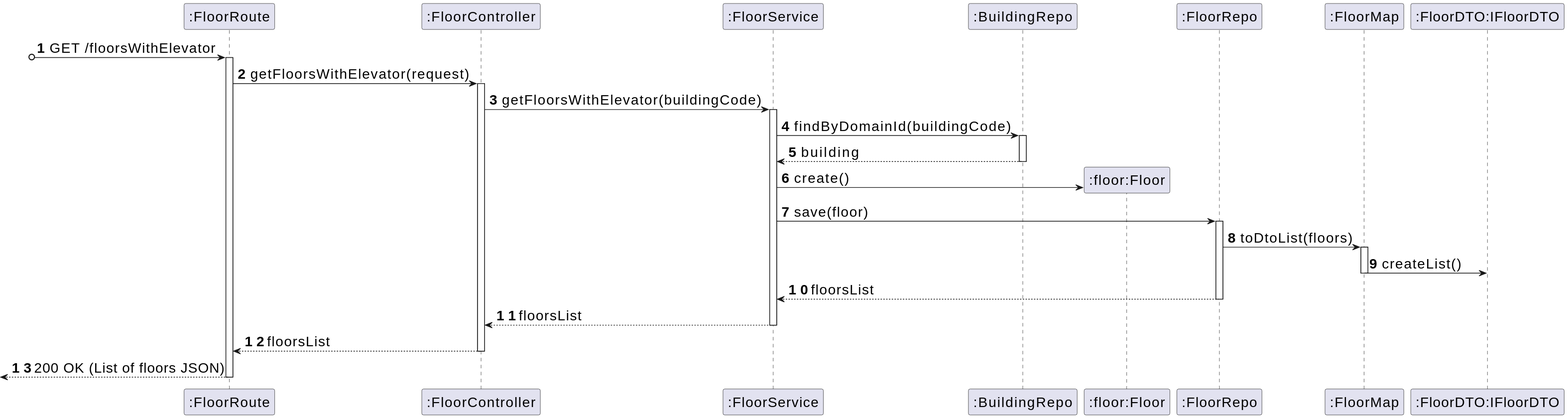
Before: _wiki/sprint-a/us16-300/views/level-3/assets/process-view.svg, a diagram exported from PlantUML (miseEnPlace-dev/lapr5).
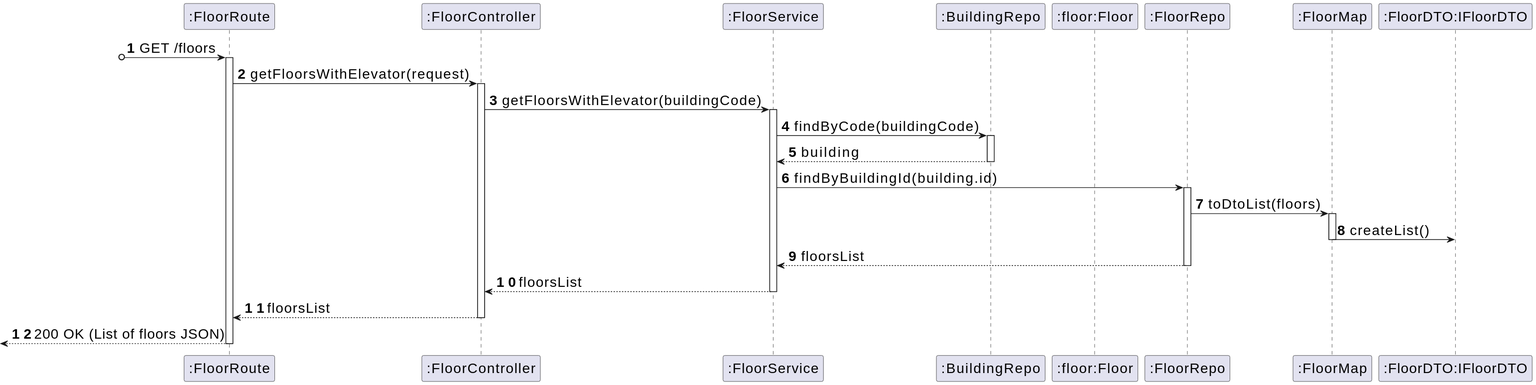
Above is the later version.

What changed in the source:
```diff
@@ -10,19 +10,18 @@
 participant MAP as ":FloorMap"
 participant DTO as ":FloorDTO:IFloorDTO"
 
-?o-> ROUTE : GET /floorsWithElevator
+?o-> ROUTE : GET /floors
 activate ROUTE
 
 ROUTE -> CTRL : getFloorsWithElevator(request)
 activate CTRL
 CTRL -> SRV : getFloorsWithElevator(buildingCode)
 activate SRV
-SRV -> REPOBUILDING : findByDomainId(buildingCode)
+SRV -> REPOBUILDING : findByCode(buildingCode)
 activate REPOBUILDING
 REPOBUILDING --> SRV : building
 deactivate REPOBUILDING
-SRV -> FLOOR** : create()
-SRV -> REPO : save(floor)
+SRV -> REPO : findByBuildingId(building.id)
 activate REPO
 REPO -> MAP : toDtoList(floors)
 activate MAP
```
